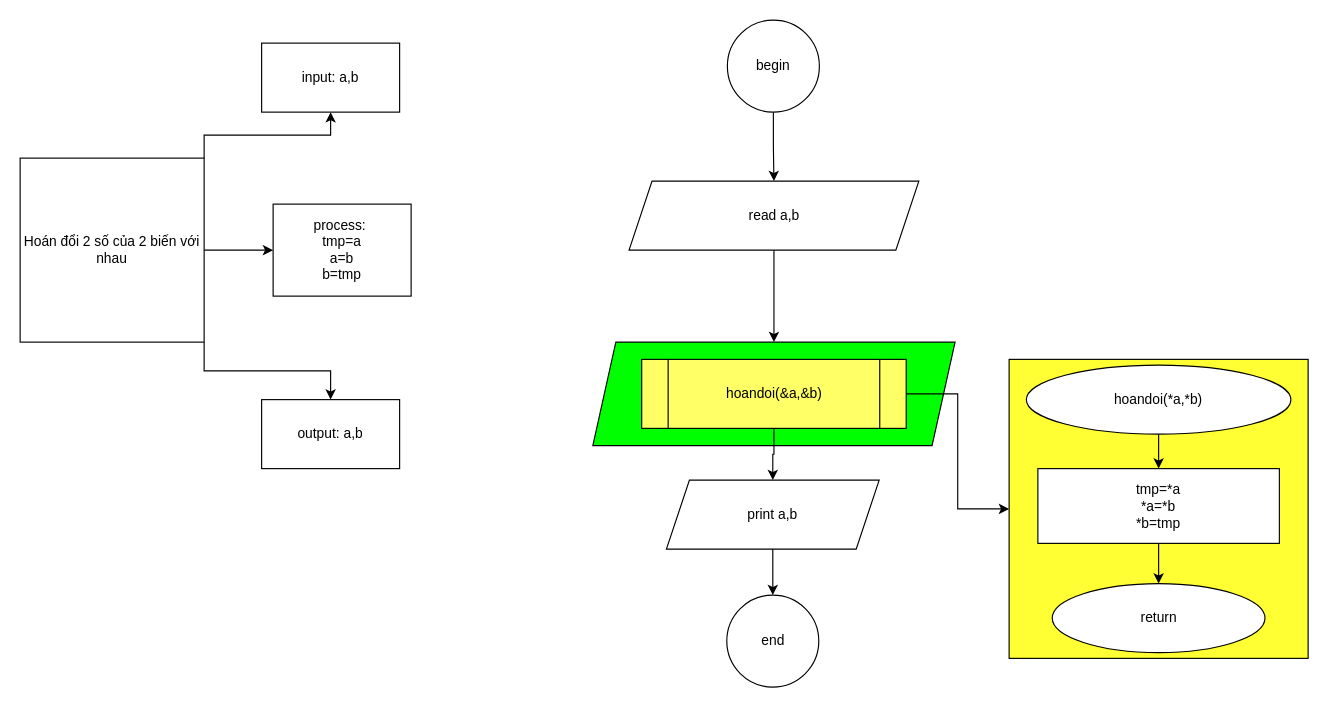
This is 06_04_2023/bai10.drawio from KhanhNguyen9872/DH_Gia_Dinh_K16, a draw.io file, before an edit. Source tidied: cells renumbered, new cells numbered last; positions are measured from the earlier drawing's top-left corner, leaving out a move shared by most shapes. Both pictures are drawn from the tidied source at 115%, with x=0, y=0 at pixel (20, 20).
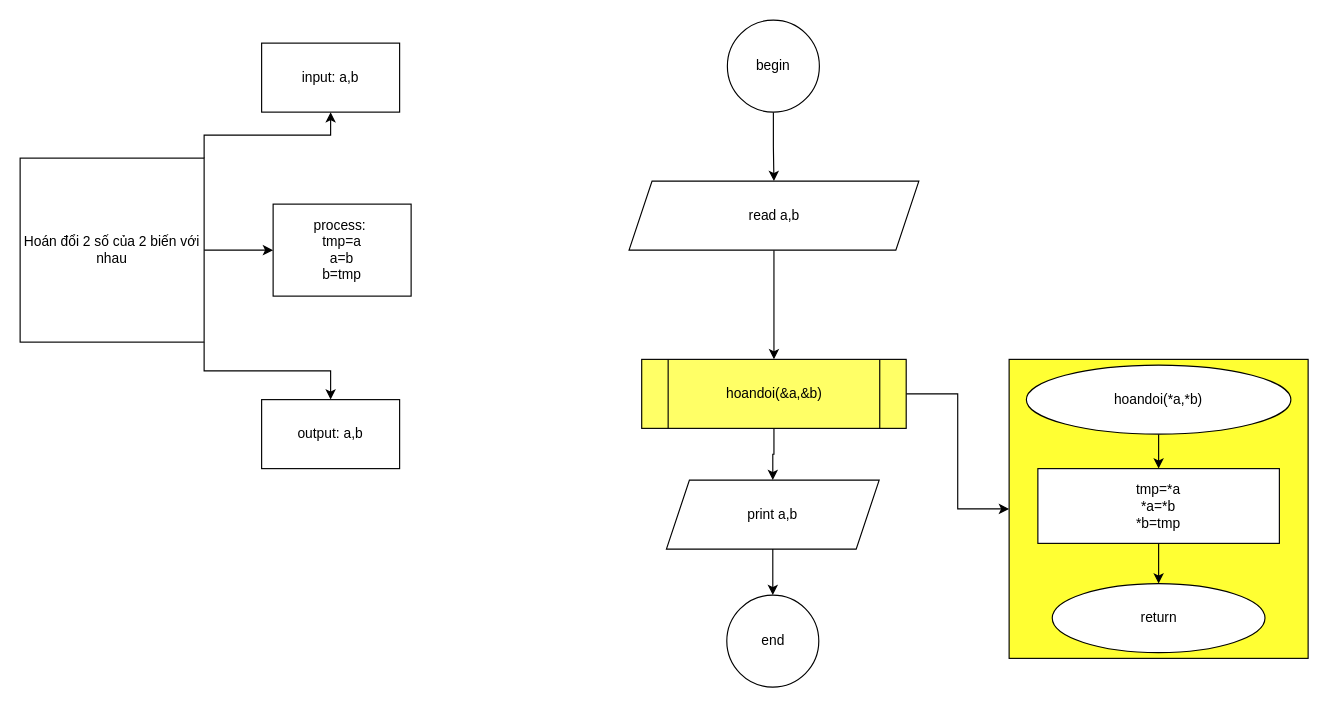
After the change.

Unchanged cells that the change refers to:
```xml
<mxCell id="10" value="hoandoi(&amp;amp;a,&amp;amp;b)" style="shape=process;whiteSpace=wrap;html=1;backgroundOutline=1;fillColor=#FFFF66;" parent="1" vertex="1">
  <mxGeometry x="540.5" y="295" width="230" height="60" as="geometry" />
</mxCell>
<mxCell id="26" value="read a,b" style="shape=parallelogram;perimeter=parallelogramPerimeter;whiteSpace=wrap;html=1;fixedSize=1;" parent="1" vertex="1">
  <mxGeometry x="529.5" y="140" width="252" height="60" as="geometry" />
</mxCell>
```

Diff of the diagram source:
```diff
@@
-    <mxCell id="5" style="edgeStyle=orthogonalEdgeStyle;rounded=0;jettySize=auto;html=1;entryX=0.5;entryY=0;entryDx=0;entryDy=0;exitX=0.5;exitY=1;exitDx=0;exitDy=0;" parent="1" edge="1" source="26" target="7">
+    <mxCell id="5" style="edgeStyle=orthogonalEdgeStyle;rounded=0;jettySize=auto;html=1;entryX=0.5;entryY=0;entryDx=0;entryDy=0;exitX=0.5;exitY=1;exitDx=0;exitDy=0;" parent="1" edge="1" source="26" target="10">
       <mxGeometry relative="1" as="geometry" />
     </mxCell>
@@
-    <mxCell id="7" style="shape=parallelogram;perimeter=parallelogramPerimeter;whiteSpace=wrap;html=1;fixedSize=1;fillColor=#00FF00;" parent="1" vertex="1">
-      <mxGeometry x="498" y="280" width="315" height="90" as="geometry" />
-    </mxCell>
```
